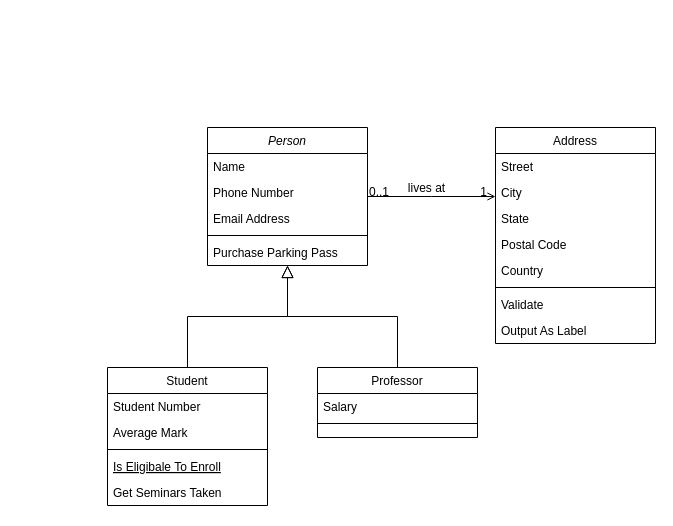
Earlier version of the draw.io diagram Untitled Diagram.drawio (Malishkin/git). Source tidied: cells renumbered, new cells numbered last; positions are measured from the earlier drawing's top-left corner, leaving out a move shared by most shapes. Both pictures are drawn from the tidied source at 100%, with x=0, y=0 at pixel (107, 127).
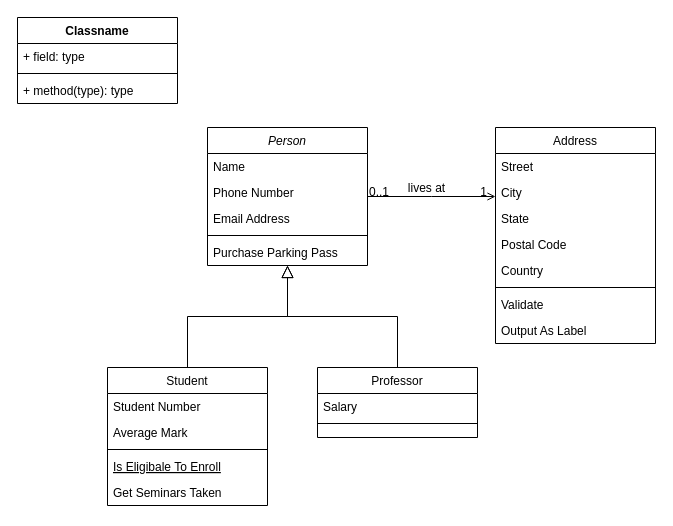
Above is the later version.

What changed in the source:
```diff
@@
+    <mxCell id="32" value="Classname" style="swimlane;fontStyle=1;align=center;verticalAlign=top;horizontal=1;startSize=26;" parent="1" vertex="1">
+      <mxGeometry x="-90" y="-110" width="160" height="86" as="geometry" />
+    </mxCell>
+    <mxCell id="33" value="+ field: type" style="text;strokeColor=none;fillColor=none;align=left;verticalAlign=top;spacingLeft=4;spacingRight=4;overflow=hidden;" parent="32" vertex="1">
+      <mxGeometry y="26" width="160" height="26" as="geometry" />
+    </mxCell>
+    <mxCell id="34" style="line;strokeWidth=1;fillColor=none;align=left;verticalAlign=middle;spacingTop=-1;spacingLeft=3;spacingRight=3;labelPosition=right;" parent="32" vertex="1">
+      <mxGeometry y="52" width="160" height="8" as="geometry" />
+    </mxCell>
+    <mxCell id="35" value="+ method(type): type" style="text;strokeColor=none;fillColor=none;align=left;verticalAlign=top;spacingLeft=4;spacingRight=4;overflow=hidden;" parent="32" vertex="1">
+      <mxGeometry y="60" width="160" height="26" as="geometry" />
+    </mxCell>
```
